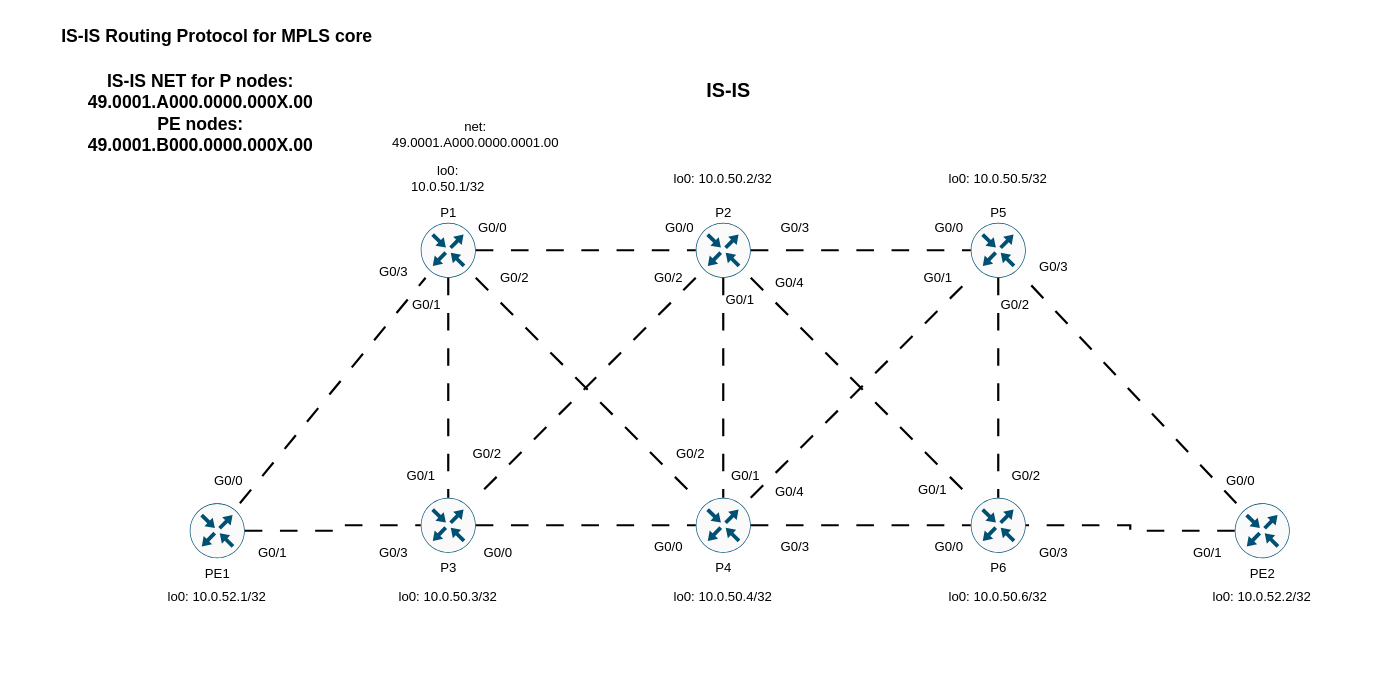
The draw.io diagram page "IGP IS-IS Core MPLS network" (5 of 5) of eve-ng-labs/001-ISP-MPLS-Lab/ISP-MPLS-Lab-Diagram.drawio in roxron/networking-labs, before the edit. Source tidied: cells renumbered, new cells numbered last; positions are measured from the earlier drawing's top-left corner, leaving out a move shared by most shapes. Both pictures are drawn from the tidied source at 110%, with x=0, y=0 at pixel (19, 19).
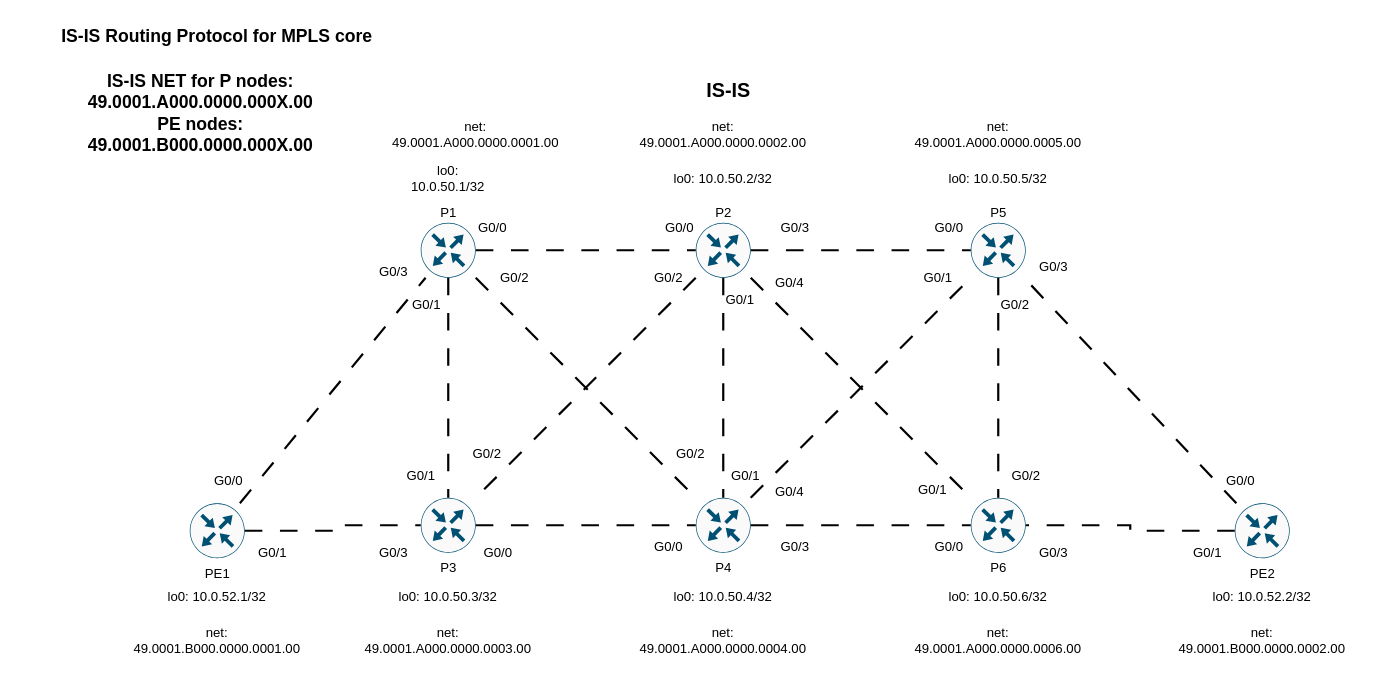
Above is the later version.

Commit message:
Add NET addresses to ISP MPLS lab diagram

What changed in the source:
```diff
@@
+    <mxCell id="82" value="net: 49.0001.A000.0000.0002.00" style="text;html=1;whiteSpace=wrap;strokeColor=none;fillColor=none;align=center;verticalAlign=middle;rounded=0;" parent="1" vertex="1">
+      <mxGeometry x="555" y="90" width="170" height="30" as="geometry" />
+    </mxCell>
+    <mxCell id="83" value="net: 49.0001.A000.0000.0003.00" style="text;html=1;whiteSpace=wrap;strokeColor=none;fillColor=none;align=center;verticalAlign=middle;rounded=0;" parent="1" vertex="1">
+      <mxGeometry x="305" y="550" width="170" height="30" as="geometry" />
+    </mxCell>
+    <mxCell id="84" value="net: 49.0001.A000.0000.0004.00" style="text;html=1;whiteSpace=wrap;strokeColor=none;fillColor=none;align=center;verticalAlign=middle;rounded=0;" parent="1" vertex="1">
+      <mxGeometry x="555" y="550" width="170" height="30" as="geometry" />
+    </mxCell>
+    <mxCell id="85" value="net: 49.0001.A000.0000.0005.00" style="text;html=1;whiteSpace=wrap;strokeColor=none;fillColor=none;align=center;verticalAlign=middle;rounded=0;" parent="1" vertex="1">
+      <mxGeometry x="805" y="90" width="170" height="30" as="geometry" />
+    </mxCell>
+    <mxCell id="86" value="net: 49.0001.A000.0000.0006.00" style="text;html=1;whiteSpace=wrap;strokeColor=none;fillColor=none;align=center;verticalAlign=middle;rounded=0;" parent="1" vertex="1">
+      <mxGeometry x="805" y="550" width="170" height="30" as="geometry" />
+    </mxCell>
+    <mxCell id="87" value="net: 49.0001.B000.0000.0001.00" style="text;html=1;whiteSpace=wrap;strokeColor=none;fillColor=none;align=center;verticalAlign=middle;rounded=0;" parent="1" vertex="1">
+      <mxGeometry x="95" y="550" width="170" height="30" as="geometry" />
+    </mxCell>
+    <mxCell id="88" value="net: 49.0001.B000.0000.0002.00" style="text;html=1;whiteSpace=wrap;strokeColor=none;fillColor=none;align=center;verticalAlign=middle;rounded=0;" parent="1" vertex="1">
+      <mxGeometry x="1045" y="550" width="170" height="30" as="geometry" />
+    </mxCell>
```
